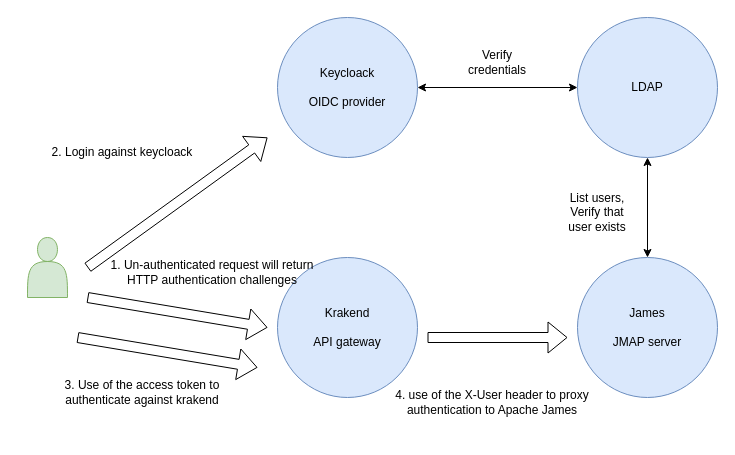
Before: examples/oidc/oidc-sso.drawio in apache/james-project, a draw.io diagram. Source tidied: cells renumbered, new cells numbered last; positions are measured from the earlier drawing's top-left corner, leaving out a move shared by most shapes. Both pictures are drawn from the tidied source at 100%, with x=0, y=0 at pixel (17, 17).
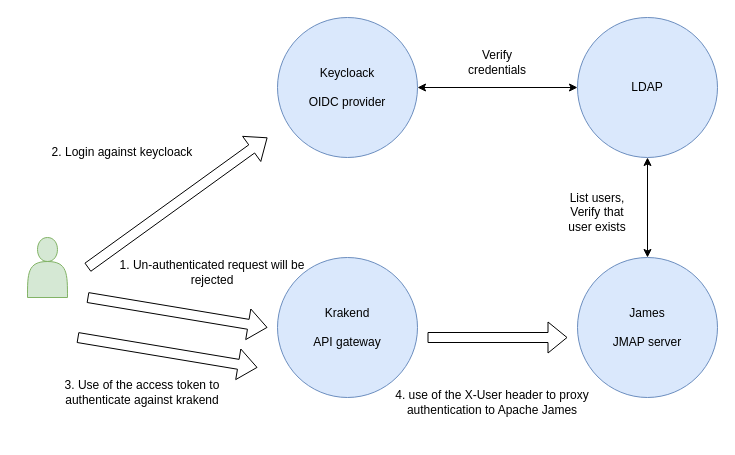
The same diagram, later.

Commit message (it also covers changes not shown here):
JAMES-3680 Add architecture diagram for SLO to the OIDC example

Diff of the diagram source:
```diff
@@
-    <mxCell id="10" value="1. Un-authenticated request will return HTTP authentication challenges" style="text;html=1;strokeColor=none;fillColor=none;align=center;verticalAlign=middle;whiteSpace=wrap;rounded=0;" parent="1" vertex="1">
+    <mxCell id="10" value="1. Un-authenticated request will be rejected" style="text;html=1;strokeColor=none;fillColor=none;align=center;verticalAlign=middle;whiteSpace=wrap;rounded=0;" parent="1" vertex="1">
       <mxGeometry x="90" y="220" width="210" height="70" as="geometry" />
     </mxCell>
```
